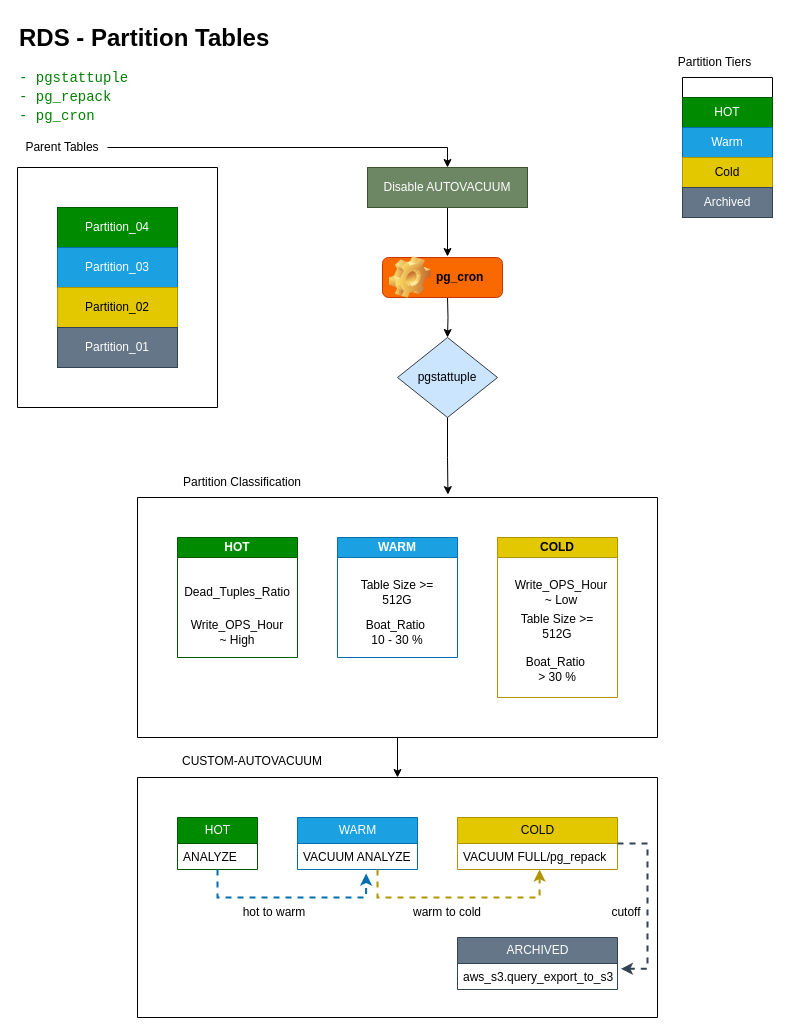
quanntt0203/PostgreSQL-HA keeps this draw.io diagram as RDS_Custom_Partition_Tables_Vacuum.drawio. Above is the earlier version. Source tidied: cells renumbered, new cells numbered last; positions are measured from the earlier drawing's top-left corner, leaving out a move shared by most shapes. Both pictures are drawn from the tidied source at 100%, with x=0, y=0 at pixel (17, 17).
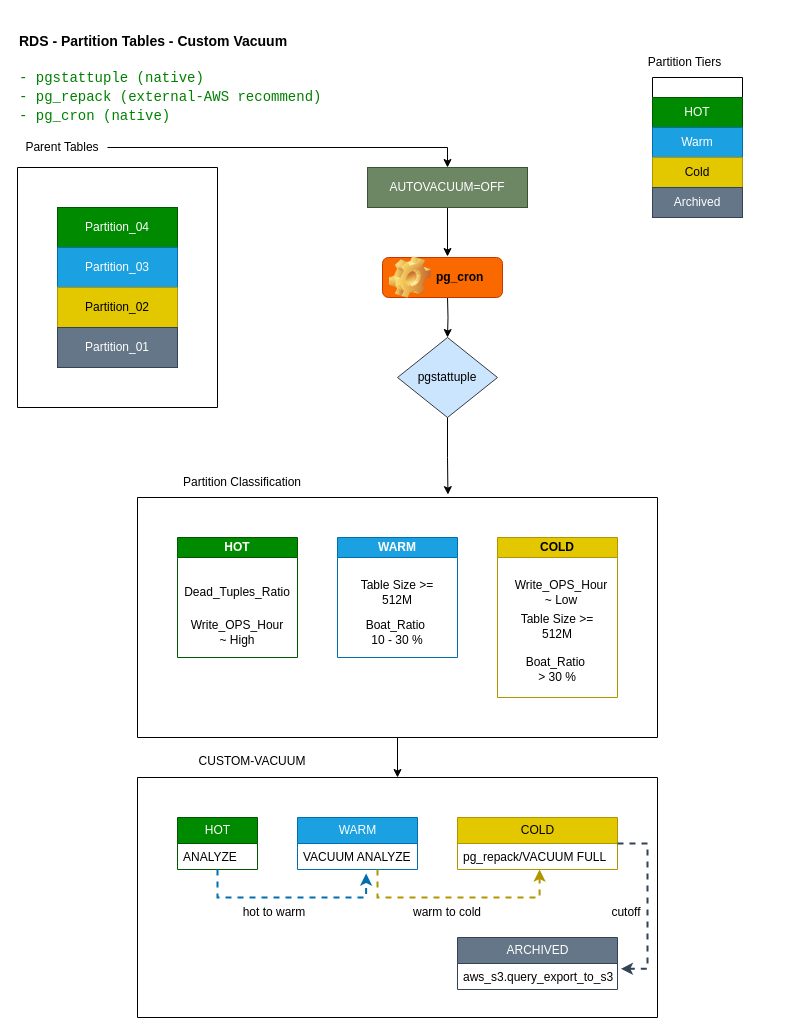
The same page after the edit.

Unchanged cells that the change refers to:
```xml
<mxCell id="23" value="COLD" style="swimlane;fontStyle=0;horizontal=1;startSize=26;fillColor=#e3c800;html=1;fontColor=#000000;strokeColor=#B09500;" parent="1" vertex="1">
  <mxGeometry x="440" y="800" width="160" height="52" as="geometry" />
</mxCell>
<mxCell id="39" value="WARM" style="swimlane;whiteSpace=wrap;html=1;fillColor=#1ba1e2;strokeColor=#006EAF;startSize=20;fontColor=#ffffff;" parent="35" vertex="1">
  <mxGeometry x="200" y="40" width="120" height="120" as="geometry" />
</mxCell>
<mxCell id="42" value="COLD" style="swimlane;whiteSpace=wrap;html=1;fillColor=#e3c800;strokeColor=#B09500;startSize=20;fontColor=#000000;" parent="35" vertex="1">
  <mxGeometry x="360" y="40" width="120" height="160" as="geometry" />
</mxCell>
```

Diff of the diagram source:
```diff
@@
-<mxGraphModel>
+<mxGraphModel background="#ffffff">
@@
-    <mxCell id="2" value="&lt;h1 style=&quot;margin-top: 0px;&quot;&gt;RDS - Partition Tables&lt;/h1&gt;&lt;div style=&quot;color: rgb(0, 0, 0); background-color: rgb(255, 255, 255); font-family: Consolas, &amp;quot;Courier New&amp;quot;, monospace; font-size: 14px; line-height: 19px; white-space: pre;&quot;&gt;&lt;span style=&quot;color: rgb(0, 128, 0);&quot;&gt;- pgstattuple&lt;/span&gt;&lt;/div&gt;&lt;div style=&quot;color: rgb(0, 0, 0); background-color: rgb(255, 255, 255); font-family: Consolas, &amp;quot;Courier New&amp;quot;, monospace; font-size: 14px; line-height: 19px; white-space: pre;&quot;&gt;&lt;span style=&quot;color: rgb(0, 128, 0);&quot;&gt;- pg_repack&lt;/span&gt;&lt;/div&gt;&lt;div style=&quot;color: rgb(0, 0, 0); background-color: rgb(255, 255, 255); font-family: Consolas, &amp;quot;Courier New&amp;quot;, monospace; font-size: 14px; line-height: 19px; white-space: pre;&quot;&gt;&lt;span style=&quot;color: rgb(0, 128, 0);&quot;&gt;- pg_cron&lt;/span&gt;&lt;/div&gt;" style="text;html=1;whiteSpace=wrap;overflow=hidden;rounded=0;" parent="1" vertex="1">
-      <mxGeometry width="280" height="120" as="geometry" />
+    <mxCell id="2" value="&lt;h1 style=&quot;margin-top: 0px;&quot;&gt;&lt;font style=&quot;font-size: 14px;&quot;&gt;RDS - Partition Tables - Custom Vacuum&lt;/font&gt;&lt;/h1&gt;&lt;div style=&quot;color: rgb(0, 0, 0); background-color: rgb(255, 255, 255); font-family: Consolas, &amp;quot;Courier New&amp;quot;, monospace; font-size: 14px; line-height: 19px; white-space: pre;&quot;&gt;&lt;span style=&quot;color: rgb(0, 128, 0);&quot;&gt;- pgstattuple (native)&lt;/span&gt;&lt;/div&gt;&lt;div style=&quot;color: rgb(0, 0, 0); background-color: rgb(255, 255, 255); font-family: Consolas, &amp;quot;Courier New&amp;quot;, monospace; font-size: 14px; line-height: 19px; white-space: pre;&quot;&gt;&lt;span style=&quot;color: rgb(0, 128, 0);&quot;&gt;- pg_repack (external-AWS recommend)&lt;/span&gt;&lt;/div&gt;&lt;div style=&quot;color: rgb(0, 0, 0); background-color: rgb(255, 255, 255); font-family: Consolas, &amp;quot;Courier New&amp;quot;, monospace; font-size: 14px; line-height: 19px; white-space: pre;&quot;&gt;&lt;span style=&quot;color: rgb(0, 128, 0);&quot;&gt;- pg_cron (native)&lt;/span&gt;&lt;/div&gt;" style="text;html=1;whiteSpace=wrap;overflow=hidden;rounded=0;" parent="1" vertex="1">
+      <mxGeometry width="320" height="120" as="geometry" />
     </mxCell>
@@
     <mxCell id="10" style="swimlane;startSize=0;" parent="1" vertex="1">
-      <mxGeometry x="665" y="60" width="90" height="140" as="geometry" />
+      <mxGeometry x="635" y="60" width="90" height="140" as="geometry" />
     </mxCell>
@@
     <mxCell id="15" value="Partition Tiers" style="text;html=1;whiteSpace=wrap;strokeColor=none;fillColor=none;align=center;verticalAlign=middle;rounded=0;" parent="1" vertex="1">
-      <mxGeometry x="650" y="30" width="95" height="30" as="geometry" />
+      <mxGeometry x="620" y="30" width="95" height="30" as="geometry" />
     </mxCell>
@@
-    <mxCell id="17" value="Disable AUTOVACUUM" style="rounded=0;whiteSpace=wrap;html=1;fillColor=#6d8764;fontColor=#ffffff;strokeColor=#3A5431;" parent="1" vertex="1">
+    <mxCell id="17" value="AUTOVACUUM=OFF" style="rounded=0;whiteSpace=wrap;html=1;fillColor=#6d8764;fontColor=#ffffff;strokeColor=#3A5431;" parent="1" vertex="1">
       <mxGeometry x="350" y="150" width="160" height="40" as="geometry" />
     </mxCell>
@@
-    <mxCell id="24" value="VACUUM FULL/pg_repack" style="text;strokeColor=none;fillColor=none;align=left;verticalAlign=top;spacingLeft=4;spacingRight=4;overflow=hidden;points=[[0,0.5],[1,0.5]];portConstraint=eastwest;whiteSpace=wrap;html=1;" parent="23" vertex="1">
+    <mxCell id="24" value="pg_repack/VACUUM FULL" style="text;strokeColor=none;fillColor=none;align=left;verticalAlign=top;spacingLeft=4;spacingRight=4;overflow=hidden;points=[[0,0.5],[1,0.5]];portConstraint=eastwest;whiteSpace=wrap;html=1;" parent="23" vertex="1">
       <mxGeometry y="26" width="160" height="26" as="geometry" />
     </mxCell>
@@
-    <mxCell id="41" value="Table Size &amp;gt;= 512G" style="text;html=1;whiteSpace=wrap;strokeColor=none;fillColor=none;align=center;verticalAlign=middle;rounded=0;" parent="39" vertex="1">
+    <mxCell id="41" value="Table Size &amp;gt;= 512M" style="text;html=1;whiteSpace=wrap;strokeColor=none;fillColor=none;align=center;verticalAlign=middle;rounded=0;" parent="39" vertex="1">
       <mxGeometry x="10" y="40" width="100" height="30" as="geometry" />
     </mxCell>
@@
-    <mxCell id="44" value="Table Size &amp;gt;= 512G" style="text;html=1;whiteSpace=wrap;strokeColor=none;fillColor=none;align=center;verticalAlign=middle;rounded=0;" parent="42" vertex="1">
+    <mxCell id="44" value="Table Size &amp;gt;= 512M" style="text;html=1;whiteSpace=wrap;strokeColor=none;fillColor=none;align=center;verticalAlign=middle;rounded=0;" parent="42" vertex="1">
       <mxGeometry x="10" y="74" width="100" height="30" as="geometry" />
     </mxCell>
@@
-    <mxCell id="49" value="CUSTOM-AUTOVACUUM" style="text;html=1;whiteSpace=wrap;strokeColor=none;fillColor=none;align=center;verticalAlign=middle;rounded=0;" parent="1" vertex="1">
+    <mxCell id="49" value="CUSTOM-VACUUM" style="text;html=1;whiteSpace=wrap;strokeColor=none;fillColor=none;align=center;verticalAlign=middle;rounded=0;" parent="1" vertex="1">
       <mxGeometry x="160" y="729" width="150" height="30" as="geometry" />
     </mxCell>
```
